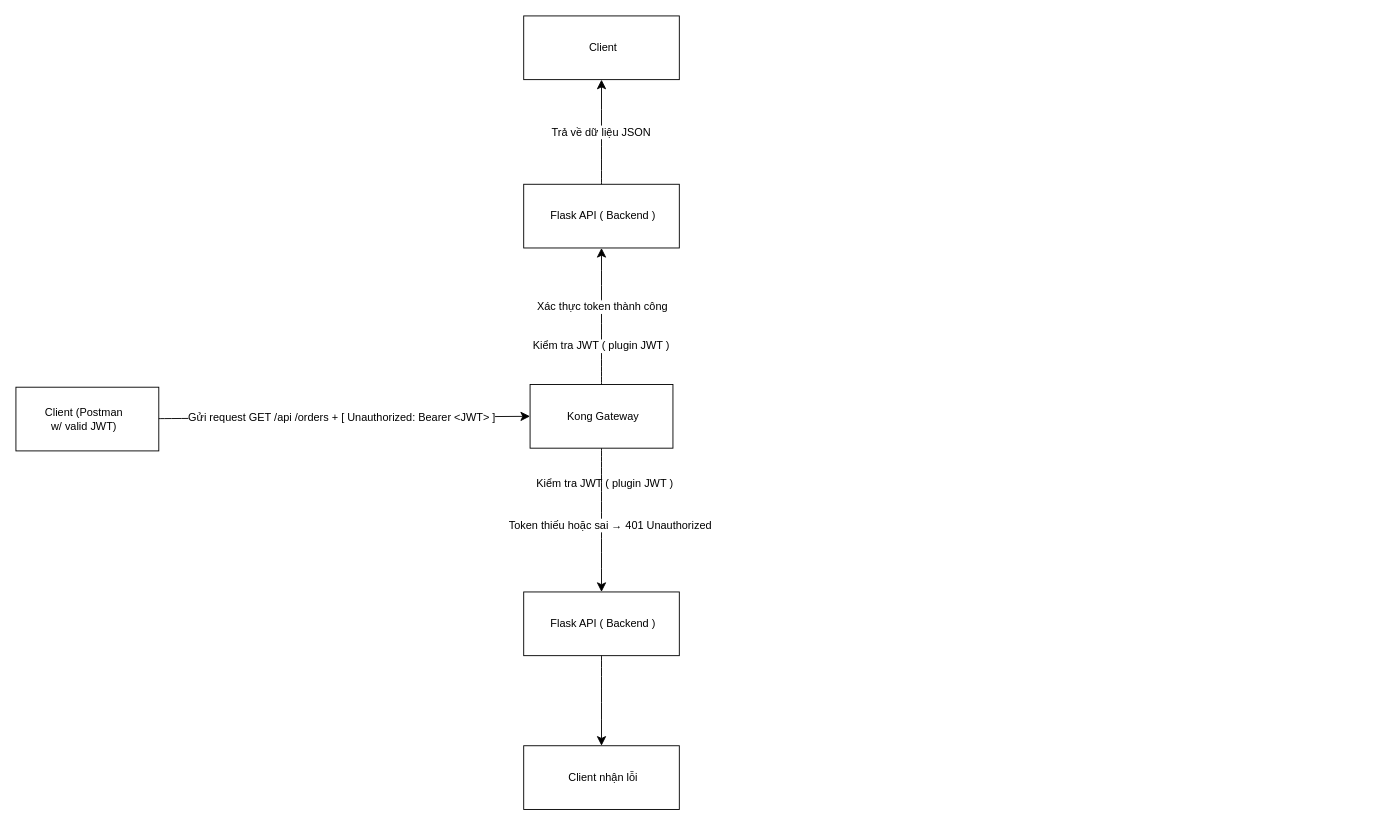
This is Lab1_Intergration.drawio from bobeo1607/test, a draw.io file, before an edit. Source tidied: cells renumbered, new cells numbered last; positions are measured from the earlier drawing's top-left corner, leaving out a move shared by most shapes. Both pictures are drawn from the tidied source at 91%, with x=0, y=0 at pixel (15, 15).
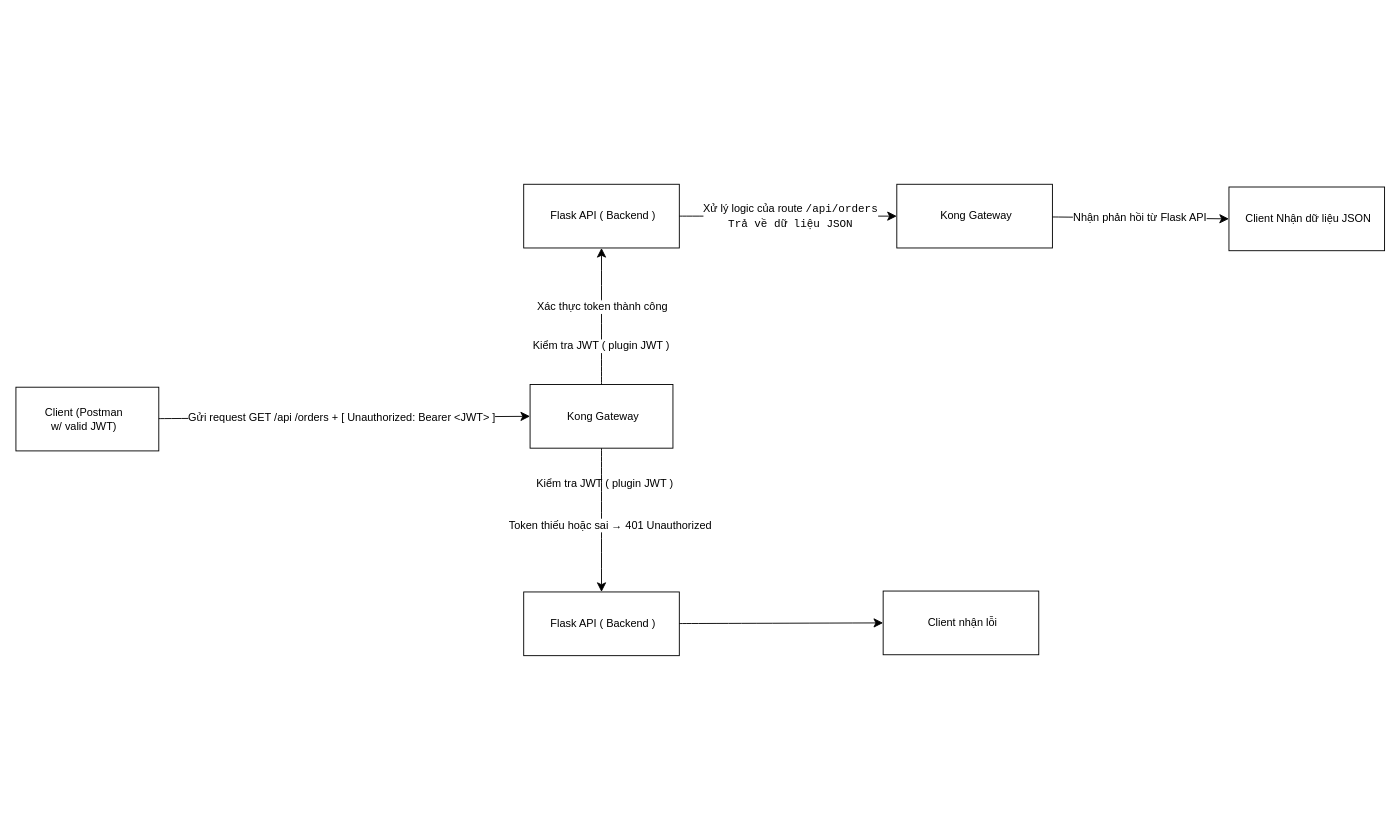
After the change.

Commit message (it also covers changes not shown here):
Cập nhật Lab1_Intergration.drawio

Unchanged cells that the change refers to:
```xml
<mxCell id="11" style="rounded=0;whiteSpace=wrap;html=1;" parent="10" vertex="1">
  <mxGeometry width="171" height="70" as="geometry" />
</mxCell>
<mxCell id="18" style="rounded=0;whiteSpace=wrap;html=1;" parent="17" vertex="1">
  <mxGeometry width="171" height="70" as="geometry" />
</mxCell>
<mxCell id="23" style="rounded=0;whiteSpace=wrap;html=1;" parent="22" vertex="1">
  <mxGeometry width="171" height="70" as="geometry" />
</mxCell>
<mxCell id="28" style="rounded=0;whiteSpace=wrap;html=1;" parent="27" vertex="1">
  <mxGeometry width="171" height="70" as="geometry" />
</mxCell>
```

Diff of the diagram source:
```diff
@@
     <mxCell id="22" style="group;" parent="1" vertex="1">
-      <mxGeometry x="558" width="171" height="70" as="geometry" />
+      <mxGeometry x="968" y="185" width="171" height="70" as="geometry" />
     </mxCell>
@@
-    <mxCell id="24" value="Client" style="text;html=1;align=center;verticalAlign=middle;whiteSpace=wrap;rounded=0;" parent="22" vertex="1">
+    <mxCell id="24" value="Kong Gateway" style="text;html=1;align=center;verticalAlign=middle;whiteSpace=wrap;rounded=0;" parent="22" vertex="1">
       <mxGeometry x="27.2" y="20" width="120.9" height="30" as="geometry" />
     </mxCell>
-    <mxCell id="25" style="edgeStyle=none;curved=1;rounded=0;jettySize=auto;html=1;exitX=0.5;exitY=0;exitDx=0;exitDy=0;entryX=0.5;entryY=1;entryDx=0;entryDy=0;fontSize=12;startSize=8;endSize=8;" parent="1" edge="1" source="11" target="23">
+    <mxCell id="25" style="edgeStyle=none;curved=1;rounded=0;jettySize=auto;html=1;exitX=1;exitY=0.5;exitDx=0;exitDy=0;entryX=0;entryY=0.5;entryDx=0;entryDy=0;fontSize=12;startSize=8;endSize=8;" parent="1" edge="1" source="11" target="23">
       <mxGeometry relative="1" as="geometry" />
     </mxCell>
-    <mxCell id="26" value="Trả về dữ liệu JSON" style="edgeLabel;html=1;align=center;verticalAlign=middle;fontSize=12;" parent="25" vertex="1">
+    <mxCell id="26" value="Xử lý logic của route &lt;code&gt;/api/orders&lt;br&gt;Trả về dữ liệu JSON&lt;/code&gt;" style="edgeLabel;html=1;align=center;verticalAlign=middle;fontSize=12;" parent="25" vertex="1">
       <mxGeometry x="0.01" y="1" relative="1" as="geometry" />
     </mxCell>
     <mxCell id="27" style="group;" parent="1" vertex="1">
-      <mxGeometry x="558" y="802" width="171" height="70" as="geometry" />
+      <mxGeometry x="953" y="632" width="171" height="70" as="geometry" />
     </mxCell>
@@
-    <mxCell id="30" style="edgeStyle=none;curved=1;rounded=0;jettySize=auto;html=1;entryX=0.5;entryY=0;entryDx=0;entryDy=0;fontSize=12;startSize=8;endSize=8;" parent="1" edge="1" source="18" target="28">
+    <mxCell id="30" style="edgeStyle=none;curved=1;rounded=0;jettySize=auto;html=1;entryX=0;entryY=0.5;entryDx=0;entryDy=0;fontSize=12;startSize=8;endSize=8;" parent="1" edge="1" source="18" target="28">
       <mxGeometry relative="1" as="geometry" />
     </mxCell>
+    <mxCell id="31" style="group;" parent="1" vertex="1">
+      <mxGeometry x="1333" y="188" width="171" height="70" as="geometry" />
+    </mxCell>
+    <mxCell id="32" style="rounded=0;whiteSpace=wrap;html=1;" parent="31" vertex="1">
+      <mxGeometry width="171" height="70" as="geometry" />
+    </mxCell>
+    <mxCell id="33" value="Client&amp;nbsp;Nhận dữ liệu JSON" style="text;html=1;align=center;verticalAlign=middle;whiteSpace=wrap;rounded=0;" parent="31" vertex="1">
+      <mxGeometry x="16" y="20" width="142.8" height="30" as="geometry" />
+    </mxCell>
+    <mxCell id="34" style="edgeStyle=none;curved=1;rounded=0;jettySize=auto;html=1;entryX=0;entryY=0.5;entryDx=0;entryDy=0;fontSize=12;startSize=8;endSize=8;" parent="1" edge="1" source="23" target="32">
+      <mxGeometry relative="1" as="geometry" />
+    </mxCell>
+    <mxCell id="35" value="Nhận phản hồi từ Flask API" style="edgeLabel;html=1;align=center;verticalAlign=middle;fontSize=12;" parent="34" vertex="1">
+      <mxGeometry x="-0.01" relative="1" as="geometry" />
+    </mxCell>
```
